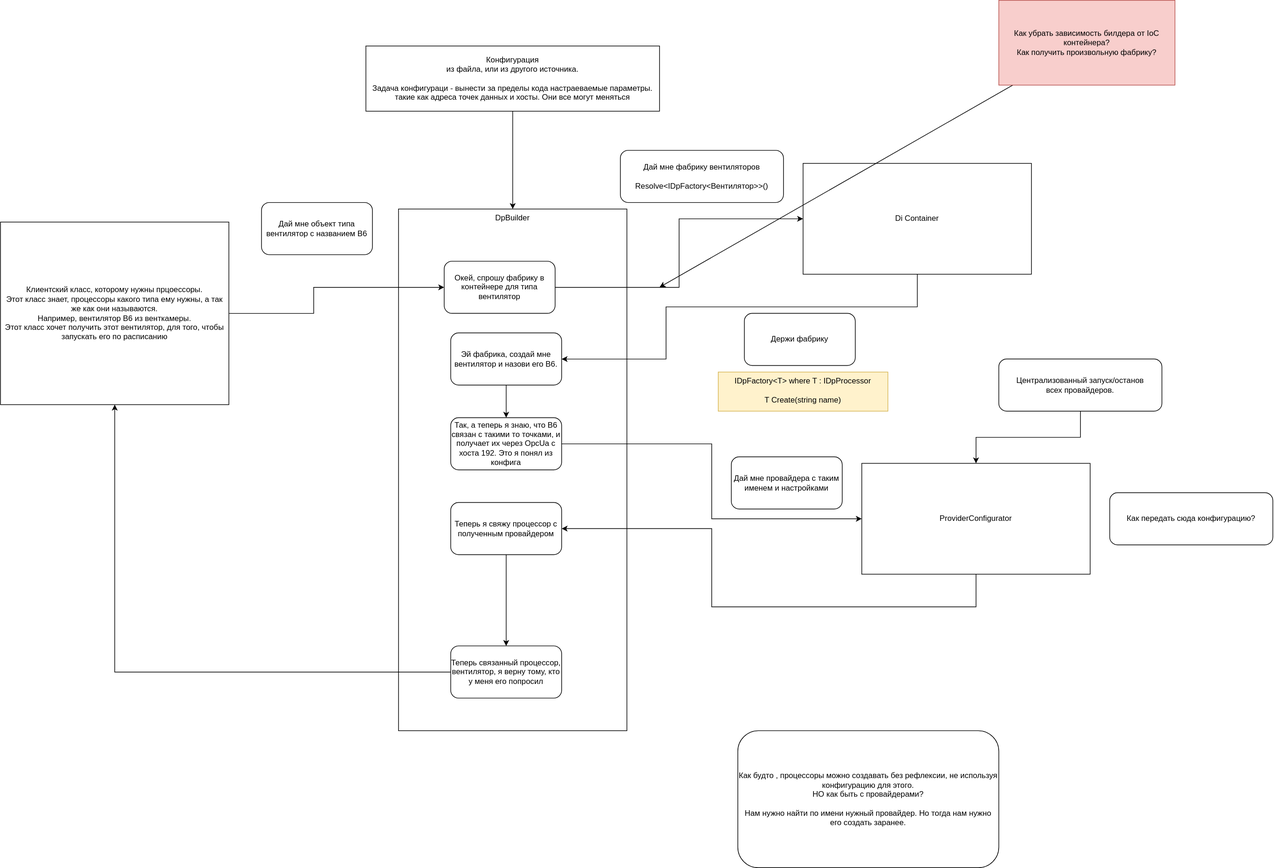
This is Doc/architecture.drawio.svg from AlexFrick92/DpConnect, a draw.io export, as it was before one commit. Source tidied: cells renumbered, new cells last; positions are measured from the earlier drawing's top-left corner, leaving out a move shared by most shapes.
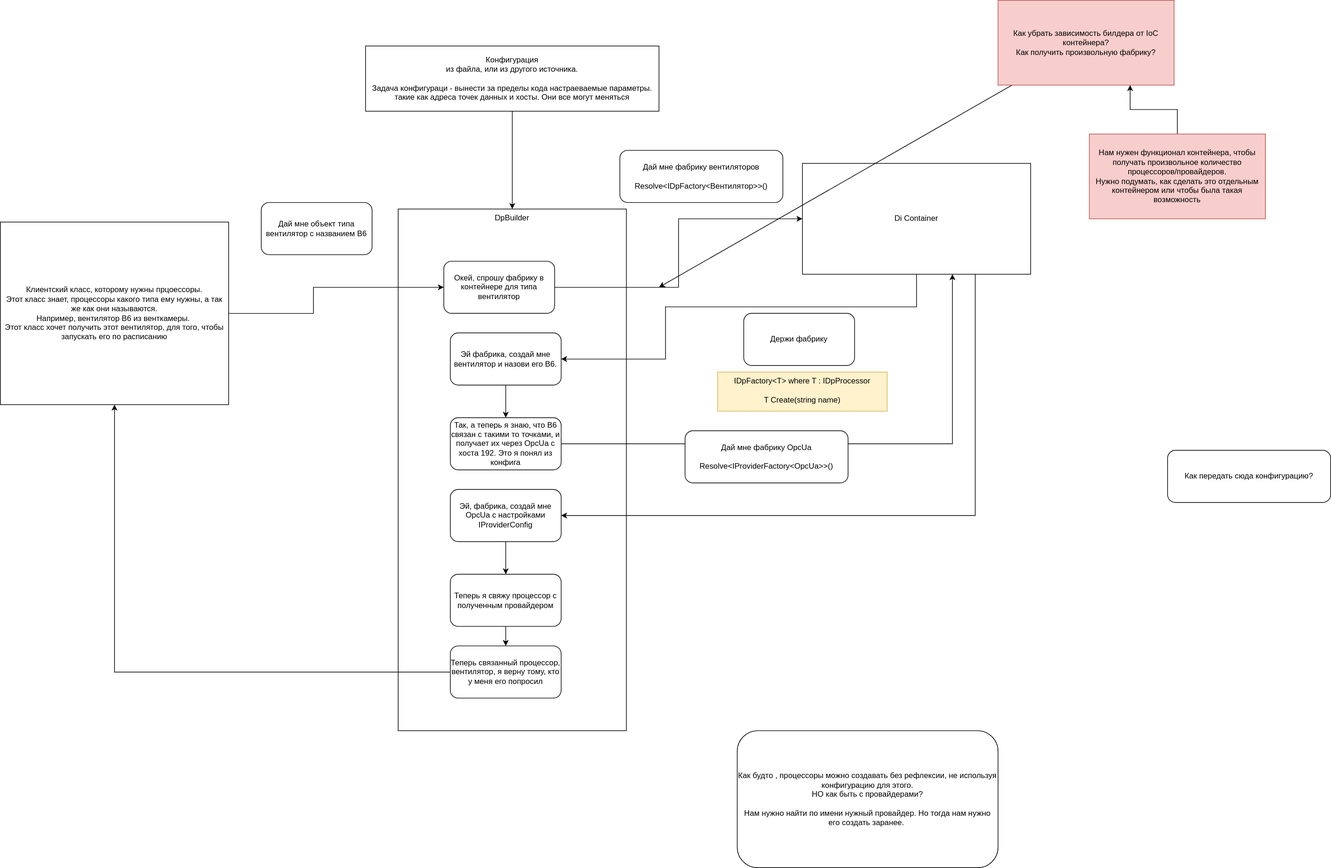
Above is the later version.

Diff of the diagram source:
```diff
@@ -49,8 +49,12 @@
     <mxCell id="13" value="Держи фабрику" style="rounded=1;whiteSpace=wrap;html=1;" parent="1" vertex="1">
       <mxGeometry x="1140" y="480" width="170" height="80" as="geometry" />
     </mxCell>
-    <mxCell id="14" style="edgeStyle=orthogonalEdgeStyle;rounded=0;jettySize=auto;html=1;" parent="1" edge="1" source="15" target="22">
-      <mxGeometry relative="1" as="geometry" />
+    <mxCell id="14" style="edgeStyle=orthogonalEdgeStyle;rounded=0;jettySize=auto;html=1;" parent="1" edge="1" source="15" target="9">
+      <mxGeometry relative="1" as="geometry">
+        <Array as="points">
+          <mxPoint x="1460" y="680" />
+        </Array>
+      </mxGeometry>
     </mxCell>
     <mxCell id="15" value="Так, а теперь я знаю, что В6 связан с такими то точками, и получает их через OpcUa с хоста 192. Это я понял из конфига" style="rounded=1;whiteSpace=wrap;html=1;" parent="1" vertex="1">
       <mxGeometry x="690" y="640" width="170" height="80" as="geometry" />
@@ -70,38 +74,24 @@
     <mxCell id="20" value="IDpFactory&amp;lt;T&amp;gt; where T : IDpProcessor&lt;br&gt;&lt;br&gt;T Create(string name)" style="text;html=1;strokeColor=#d6b656;fillColor=#fff2cc;align=center;verticalAlign=top;whiteSpace=wrap;rounded=0;" parent="1" vertex="1">
       <mxGeometry x="1100" y="570" width="260" height="60" as="geometry" />
     </mxCell>
-    <mxCell id="21" style="edgeStyle=orthogonalEdgeStyle;rounded=0;jettySize=auto;html=1;" parent="1" edge="1" source="22" target="25">
+    <mxCell id="21" style="edgeStyle=orthogonalEdgeStyle;rounded=0;jettySize=auto;html=1;entryX=1;entryY=0.5;entryDx=0;entryDy=0;" parent="1" edge="1" source="9" target="34">
       <mxGeometry relative="1" as="geometry">
         <Array as="points">
-          <mxPoint x="1495" y="930" />
-          <mxPoint x="1090" y="930" />
-          <mxPoint x="1090" y="810" />
+          <mxPoint x="1495" y="790" />
         </Array>
       </mxGeometry>
     </mxCell>
-    <mxCell id="22" value="ProviderConfigurator" style="rounded=0;whiteSpace=wrap;html=1;verticalAlign=middle;" parent="1" vertex="1">
-      <mxGeometry x="1320" y="710" width="350" height="170" as="geometry" />
-    </mxCell>
-    <mxCell id="23" value="Дай мне провайдера с таким именем и настройками" style="rounded=1;whiteSpace=wrap;html=1;" parent="1" vertex="1">
-      <mxGeometry x="1120" y="700" width="170" height="80" as="geometry" />
-    </mxCell>
     <mxCell id="24" style="edgeStyle=orthogonalEdgeStyle;rounded=0;jettySize=auto;html=1;" parent="1" edge="1" source="25" target="19">
       <mxGeometry relative="1" as="geometry" />
     </mxCell>
     <mxCell id="25" value="Теперь я свяжу процессор с полученным провайдером" style="rounded=1;whiteSpace=wrap;html=1;" parent="1" vertex="1">
-      <mxGeometry x="690" y="770" width="170" height="80" as="geometry" />
+      <mxGeometry x="690" y="880" width="170" height="80" as="geometry" />
     </mxCell>
     <mxCell id="26" value="Как будто , процессоры можно создавать без рефлексии, не используя конфигурацию для этого.&lt;br&gt;НО как быть с провайдерами?&lt;br&gt;&lt;br&gt;Нам нужно найти по имени нужный провайдер. Но тогда нам нужно его создать заранее.&amp;nbsp;" style="rounded=1;whiteSpace=wrap;html=1;" parent="1" vertex="1">
       <mxGeometry x="1130" y="1120" width="400" height="210" as="geometry" />
     </mxCell>
-    <mxCell id="27" style="edgeStyle=orthogonalEdgeStyle;rounded=0;jettySize=auto;html=1;" parent="1" edge="1" source="28" target="22">
-      <mxGeometry relative="1" as="geometry" />
-    </mxCell>
-    <mxCell id="28" value="Централизованный запуск/останов&lt;br&gt;всех провайдеров." style="rounded=1;whiteSpace=wrap;html=1;" parent="1" vertex="1">
-      <mxGeometry x="1530" y="550" width="250" height="80" as="geometry" />
-    </mxCell>
     <mxCell id="29" value="Как передать сюда конфигурацию?" style="rounded=1;whiteSpace=wrap;html=1;" parent="1" vertex="1">
-      <mxGeometry x="1700" y="755" width="250" height="80" as="geometry" />
+      <mxGeometry x="1790" y="690" width="250" height="80" as="geometry" />
     </mxCell>
     <mxCell id="30" style="edgeStyle=none;html=1;" parent="1" edge="1" source="31">
       <mxGeometry relative="1" as="geometry">
@@ -111,5 +101,20 @@
     <mxCell id="31" value="Как убрать зависимость билдера от IoC контейнера?&lt;br&gt;Как получить произвольную фабрику?&lt;br&gt;" style="rounded=0;whiteSpace=wrap;html=1;fillColor=#f8cecc;strokeColor=#b85450;" parent="1" vertex="1">
       <mxGeometry x="1530" width="270" height="130" as="geometry" />
     </mxCell>
+    <mxCell id="32" value="Дай мне фабрику OpcUa&lt;br&gt;&lt;br&gt;Resolve&amp;lt;IProviderFactory&amp;lt;OpcUa&amp;gt;&amp;gt;()" style="rounded=1;whiteSpace=wrap;html=1;" parent="1" vertex="1">
+      <mxGeometry x="1050" y="660" width="250" height="80" as="geometry" />
+    </mxCell>
+    <mxCell id="33" style="edgeStyle=orthogonalEdgeStyle;rounded=0;jettySize=auto;html=1;" parent="1" edge="1" source="34" target="25">
+      <mxGeometry relative="1" as="geometry" />
+    </mxCell>
+    <mxCell id="34" value="Эй, фабрика, создай мне OpcUa с настройками IProviderConfig" style="rounded=1;whiteSpace=wrap;html=1;" parent="1" vertex="1">
+      <mxGeometry x="690" y="750" width="170" height="80" as="geometry" />
+    </mxCell>
+    <mxCell id="35" style="edgeStyle=orthogonalEdgeStyle;rounded=0;jettySize=auto;html=1;entryX=0.75;entryY=1;entryDx=0;entryDy=0;" parent="1" edge="1" source="36" target="31">
+      <mxGeometry relative="1" as="geometry" />
+    </mxCell>
+    <mxCell id="36" value="Нам нужен функционал контейнера, чтобы получать произвольное количество процессоров/провайдеров.&lt;br&gt;Нужно подумать, как сделать это отдельным контейнером или чтобы была такая возможность" style="rounded=0;whiteSpace=wrap;html=1;fillColor=#f8cecc;strokeColor=#b85450;" parent="1" vertex="1">
+      <mxGeometry x="1670" y="205" width="270" height="130" as="geometry" />
+    </mxCell>
   </root>
 </mxGraphModel>
```
